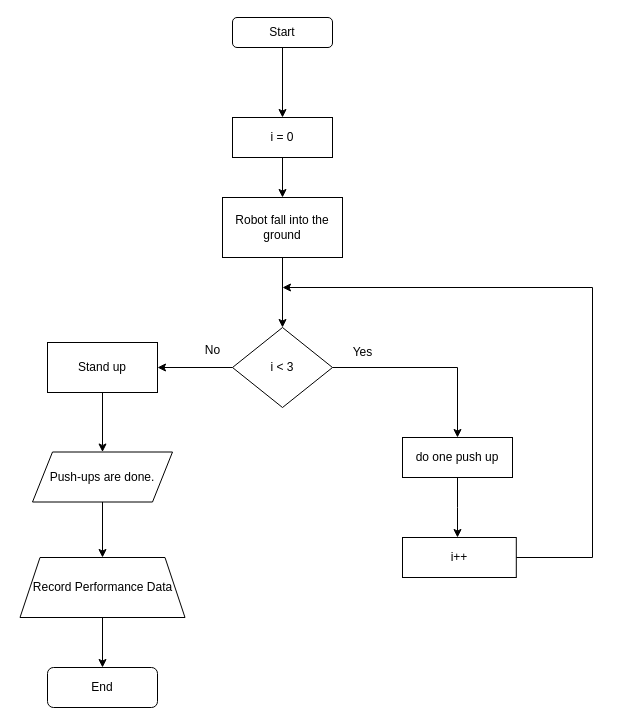
This is lab-1.drawio from orchlonn/CS-325, a draw.io file, before an edit. Source tidied: cells renumbered, new cells numbered last; positions are measured from the earlier drawing's top-left corner, leaving out a move shared by most shapes. Both pictures are drawn from the tidied source at 100%, with x=0, y=0 at pixel (20, 17).
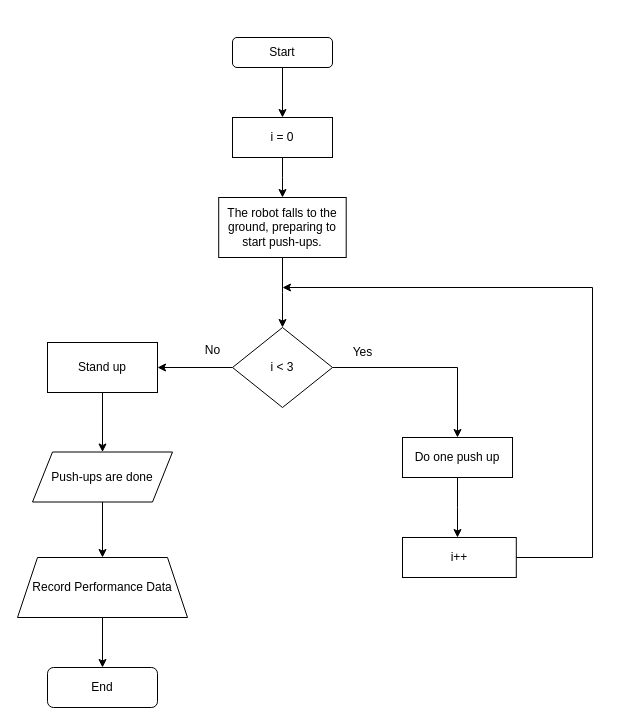
After the change.

The edit, as a diff of the source:
```diff
@@
     <mxCell id="2" value="Start" style="rounded=1;whiteSpace=wrap;html=1;" parent="1" vertex="1">
-      <mxGeometry x="212" width="100" height="30" as="geometry" />
+      <mxGeometry x="212" y="20" width="100" height="30" as="geometry" />
     </mxCell>
@@
-    <mxCell id="11" value="do one push up" style="whiteSpace=wrap;html=1;" parent="1" vertex="1">
+    <mxCell id="11" value="Do one push up" style="whiteSpace=wrap;html=1;" parent="1" vertex="1">
       <mxGeometry x="382" y="420" width="110" height="40" as="geometry" />
     </mxCell>
@@
-    <mxCell id="16" value="Push-ups are done." style="shape=parallelogram;perimeter=parallelogramPerimeter;whiteSpace=wrap;html=1;fixedSize=1;" parent="1" vertex="1">
+    <mxCell id="16" value="Push-ups are done" style="shape=parallelogram;perimeter=parallelogramPerimeter;whiteSpace=wrap;html=1;fixedSize=1;" parent="1" vertex="1">
       <mxGeometry x="12" y="434.5" width="140" height="50" as="geometry" />
     </mxCell>
@@
-    <mxCell id="18" value="Robot fall into the ground" style="whiteSpace=wrap;html=1;" parent="1" vertex="1">
-      <mxGeometry x="202" y="180" width="120" height="60" as="geometry" />
+    <mxCell id="18" value="&lt;div&gt;The robot falls to the ground, preparing to start push-ups.&lt;/div&gt;" style="whiteSpace=wrap;html=1;" parent="1" vertex="1">
+      <mxGeometry x="198.2" y="180" width="127.5" height="60" as="geometry" />
     </mxCell>
@@
     <mxCell id="25" value="Record Performance Data" style="shape=trapezoid;perimeter=trapezoidPerimeter;whiteSpace=wrap;html=1;fixedSize=1;" parent="1" vertex="1">
-      <mxGeometry x="-0.5" y="540" width="165" height="60" as="geometry" />
+      <mxGeometry x="-3" y="540" width="170" height="60" as="geometry" />
     </mxCell>
```
